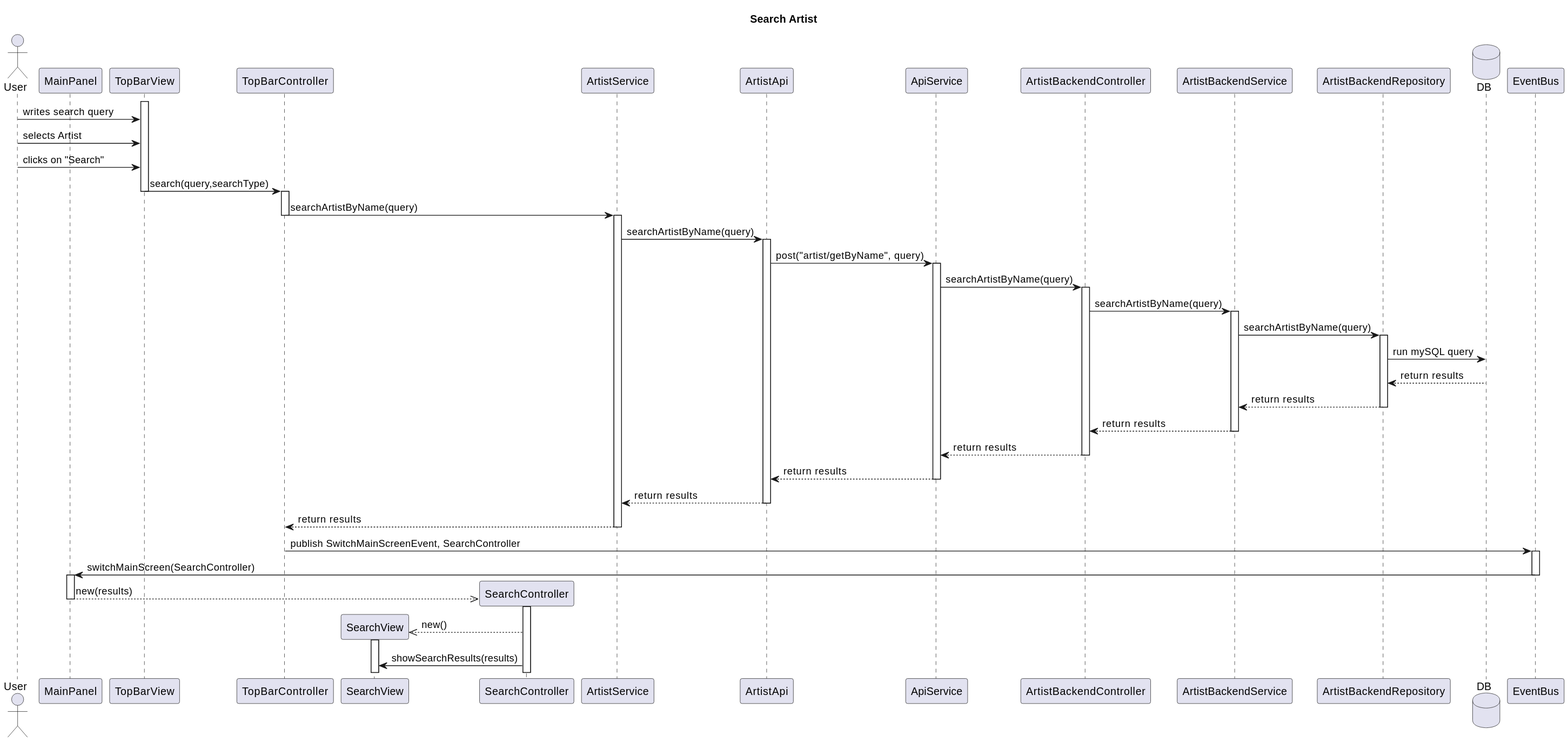
The PlantUML diagram Paradoteo_4/SequenceDiagrams-v0.3/SearchArtist.svg in RubenKingCP/Tunix, before a commit.
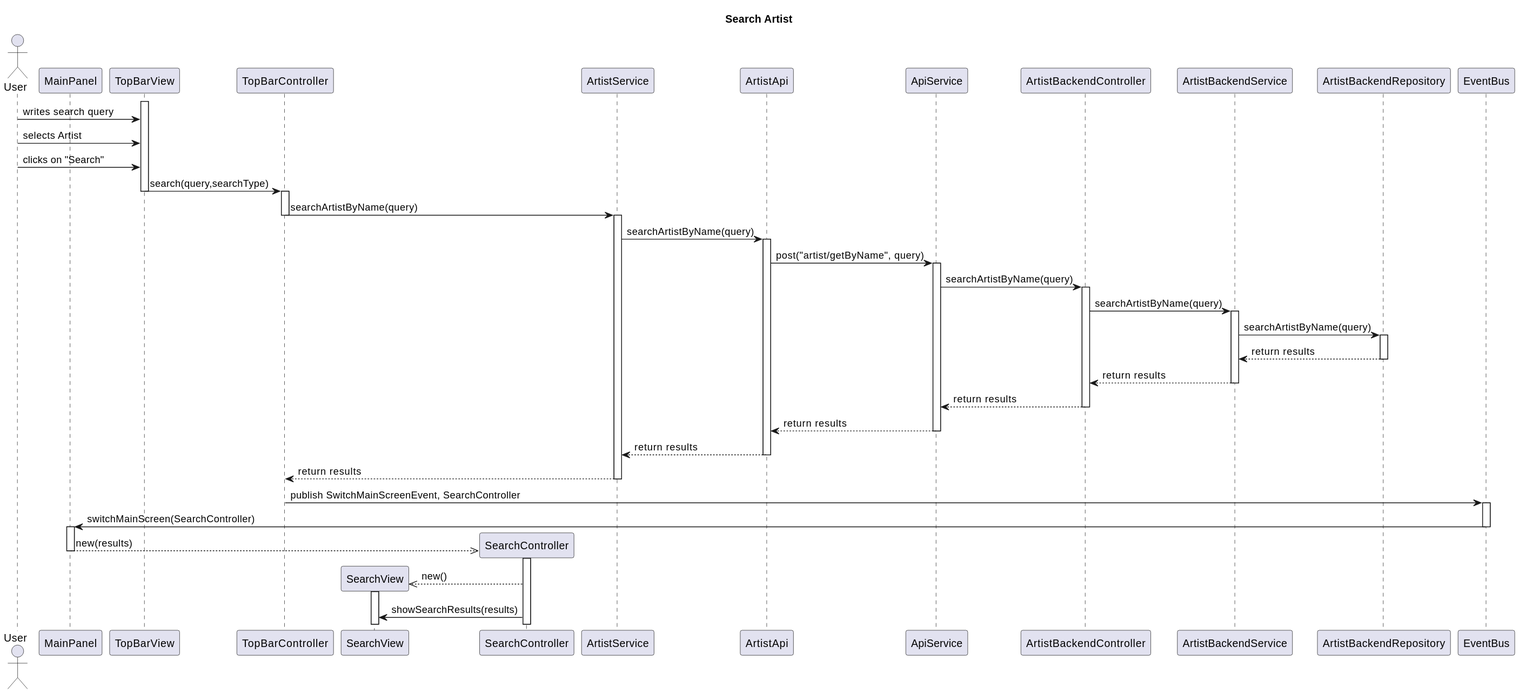
The same diagram one commit later.

The edit, as a diff of the source:
```diff
@@ -15,7 +15,6 @@
 participant ArtistBackendService
 participant ArtistBackendRepository
 
-database DB
 
 participant EventBus
 
@@ -39,8 +38,6 @@
 activate ArtistBackendService
 ArtistBackendService -> ArtistBackendRepository : searchArtistByName(query)
 activate ArtistBackendRepository
-ArtistBackendRepository -> DB : run mySQL query
-DB --> ArtistBackendRepository : return results
 ArtistBackendRepository --> ArtistBackendService : return results
 deactivate ArtistBackendRepository
 ArtistBackendService --> ArtistBackendController : return results
```
